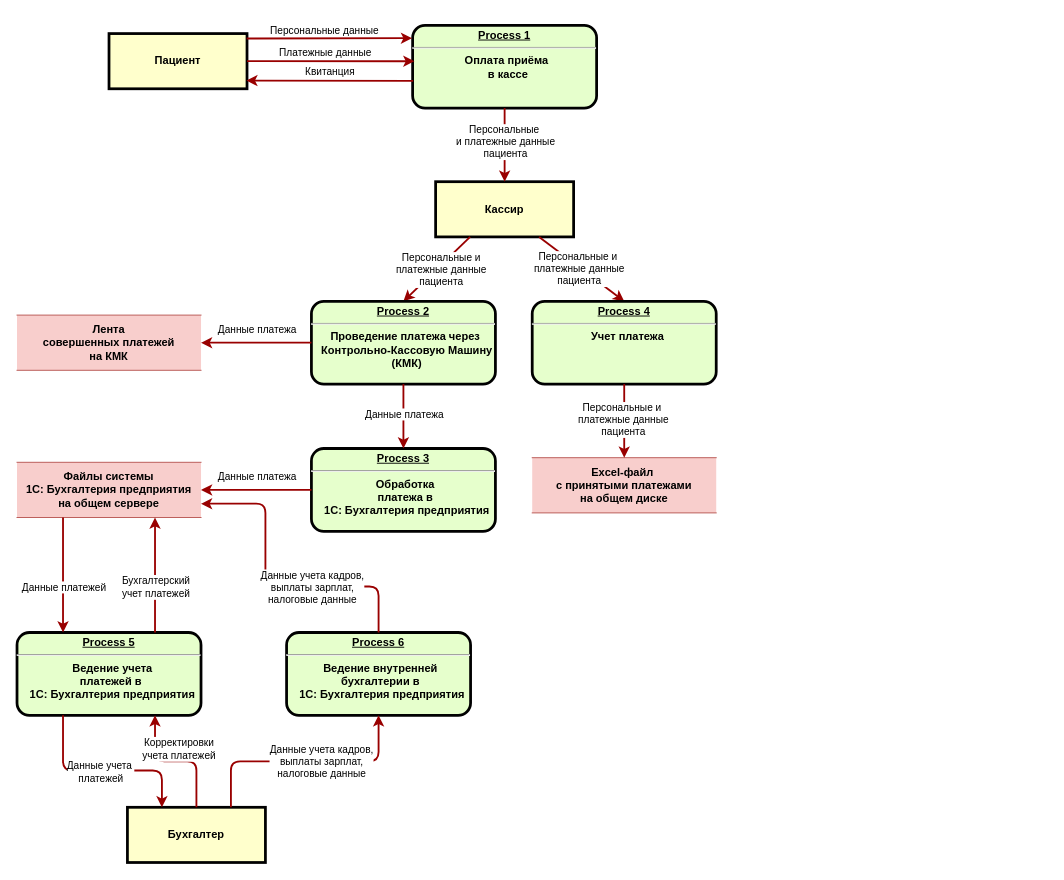
Above: Task1/1.3.Приём-и-учет-платежей-и-бухгалтерия.drawio in maxoness/architecture-medikamente (draw.io), before the change. Source tidied: cells renumbered, new cells numbered last; positions are measured from the earlier drawing's top-left corner, leaving out a move shared by most shapes. Both pictures are drawn from the tidied source at 92%, with x=0, y=0 at pixel (17, 25).
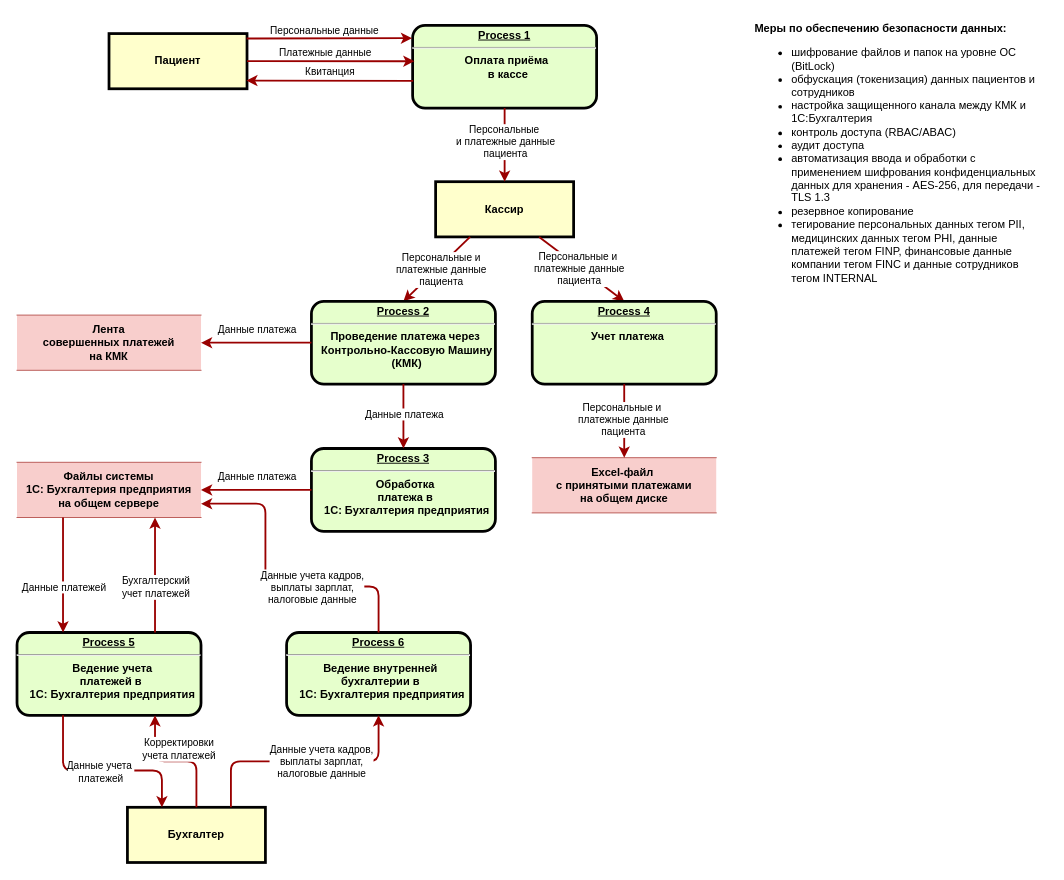
Above is the later version.

Diff of the diagram source:
```diff
@@
+    <mxCell id="46" value="&lt;b&gt;Меры по обеспечению безопасности данных:&lt;/b&gt;&lt;div&gt;&lt;ul&gt;&lt;li&gt;шифрование файлов и папок на уровне ОС (BitLock)&lt;/li&gt;&lt;li&gt;обфускация (токенизация) данных пациентов и сотрудников&lt;/li&gt;&lt;li&gt;настройка защищенного канала между КМК и 1С:Бухгалтерия&lt;/li&gt;&lt;li&gt;контроль доступа (RBAC/ABAC)&lt;/li&gt;&lt;li&gt;аудит доступа&amp;nbsp;&lt;/li&gt;&lt;li&gt;автоматизация ввода и обработки с применением шифрования конфиденциальных данных для хранения&amp;nbsp;- AES-256, для передачи - TLS 1.3&lt;/li&gt;&lt;li&gt;резервное копирование&lt;/li&gt;&lt;li&gt;тегирование персональных данных тегом PII, медицинских данных тегом PHI, данные платежей тегом FINP, финансовые данные компании тегом FINC и данные сотрудников тегом INTERNAL&lt;/li&gt;&lt;/ul&gt;&lt;/div&gt;" style="text;html=1;align=left;verticalAlign=middle;whiteSpace=wrap;rounded=0;labelBackgroundColor=default;" parent="1" vertex="1">
+      <mxGeometry x="800" y="-10" width="320" height="310" as="geometry" />
+    </mxCell>
```
